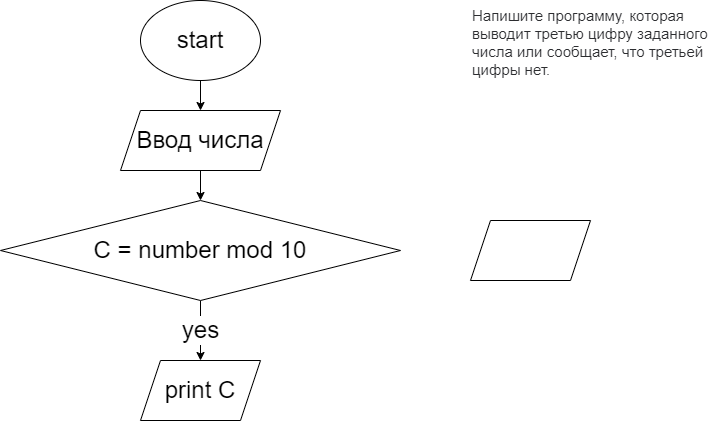
Earlier version of the draw.io export Task202/diagram.drawio.png (DmitriyMorin/HomeWork). Source tidied: cells renumbered, new cells last; positions are measured from the earlier drawing's top-left corner, leaving out a move shared by most shapes.
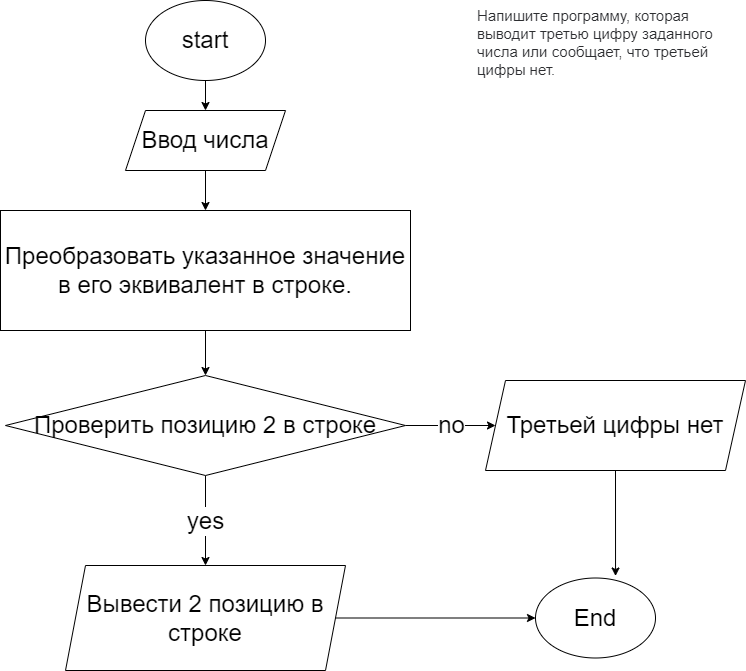
After the commit.

Commit message:
Изменения в блок-схеме202

The edit, as a diff of the source:
```diff
@@ -11,23 +11,41 @@
     <mxCell id="4" value="start" style="ellipse;whiteSpace=wrap;html=1;fontSize=24;" parent="1" vertex="1">
       <mxGeometry x="140" width="120" height="80" as="geometry" />
     </mxCell>
-    <mxCell id="5" style="edgeStyle=none;html=1;exitX=0.5;exitY=1;exitDx=0;exitDy=0;entryX=0.5;entryY=0;entryDx=0;entryDy=0;fontSize=24;" parent="1" edge="1" source="6" target="8">
-      <mxGeometry relative="1" as="geometry" />
-    </mxCell>
+    <mxCell id="11" style="edgeStyle=none;html=1;exitX=0.5;exitY=1;exitDx=0;exitDy=0;entryX=0.5;entryY=0;entryDx=0;entryDy=0;fontSize=24;" parent="1" edge="1" source="6" target="17">
+      <mxGeometry relative="1" as="geometry" />
+    </mxCell>
     <mxCell id="6" value="Ввод числа" style="shape=parallelogram;perimeter=parallelogramPerimeter;whiteSpace=wrap;html=1;fixedSize=1;fontSize=24;" parent="1" vertex="1">
       <mxGeometry x="120" y="110" width="160" height="60" as="geometry" />
     </mxCell>
     <mxCell id="7" value="yes" style="edgeStyle=none;html=1;exitX=0.5;exitY=1;exitDx=0;exitDy=0;entryX=0.5;entryY=0;entryDx=0;entryDy=0;fontSize=24;" parent="1" edge="1" source="8" target="9">
       <mxGeometry relative="1" as="geometry" />
     </mxCell>
+    <mxCell id="12" value="no" style="edgeStyle=none;html=1;exitX=1;exitY=0.5;exitDx=0;exitDy=0;entryX=0;entryY=0.5;entryDx=0;entryDy=0;fontSize=24;" parent="1" edge="1" source="8" target="10">
+      <mxGeometry relative="1" as="geometry" />
+    </mxCell>
-    <mxCell id="8" value="C = number mod 10" style="rhombus;whiteSpace=wrap;html=1;fontSize=24;" parent="1" vertex="1">
-      <mxGeometry y="200" width="400" height="100" as="geometry" />
+    <mxCell id="8" value="Проверить позицию 2 в строке" style="rhombus;whiteSpace=wrap;html=1;fontSize=24;" parent="1" vertex="1">
+      <mxGeometry y="375" width="400" height="100" as="geometry" />
     </mxCell>
+    <mxCell id="13" style="edgeStyle=none;html=1;exitX=1;exitY=0.5;exitDx=0;exitDy=0;entryX=0;entryY=0.5;entryDx=0;entryDy=0;fontSize=24;" parent="1" edge="1" source="9" target="15">
+      <mxGeometry relative="1" as="geometry" />
+    </mxCell>
-    <mxCell id="9" value="print C" style="shape=parallelogram;perimeter=parallelogramPerimeter;whiteSpace=wrap;html=1;fixedSize=1;fontSize=24;" parent="1" vertex="1">
-      <mxGeometry x="140" y="360" width="120" height="60" as="geometry" />
+    <mxCell id="9" value="Вывести 2 позицию в строке" style="shape=parallelogram;perimeter=parallelogramPerimeter;whiteSpace=wrap;html=1;fixedSize=1;fontSize=24;" parent="1" vertex="1">
+      <mxGeometry x="60" y="565" width="280" height="105" as="geometry" />
     </mxCell>
+    <mxCell id="14" style="edgeStyle=none;html=1;exitX=0.5;exitY=1;exitDx=0;exitDy=0;entryX=0.667;entryY=-0.025;entryDx=0;entryDy=0;entryPerimeter=0;fontSize=24;" parent="1" edge="1" source="10" target="15">
+      <mxGeometry relative="1" as="geometry" />
+    </mxCell>
-    <mxCell id="10" style="shape=parallelogram;perimeter=parallelogramPerimeter;whiteSpace=wrap;html=1;fixedSize=1;fontSize=24;" parent="1" vertex="1">
-      <mxGeometry x="470" y="220" width="120" height="60" as="geometry" />
+    <mxCell id="10" value="Третьей цифры нет" style="shape=parallelogram;perimeter=parallelogramPerimeter;whiteSpace=wrap;html=1;fixedSize=1;fontSize=24;" parent="1" vertex="1">
+      <mxGeometry x="480" y="380" width="260" height="90" as="geometry" />
     </mxCell>
+    <mxCell id="15" value="End" style="ellipse;whiteSpace=wrap;html=1;fontSize=24;" parent="1" vertex="1">
+      <mxGeometry x="530" y="577.5" width="120" height="80" as="geometry" />
+    </mxCell>
+    <mxCell id="16" style="edgeStyle=none;html=1;exitX=0.5;exitY=1;exitDx=0;exitDy=0;entryX=0.5;entryY=0;entryDx=0;entryDy=0;fontSize=24;" parent="1" edge="1" source="17" target="8">
+      <mxGeometry relative="1" as="geometry" />
+    </mxCell>
+    <mxCell id="17" value="Преобразовать указанное значение в его эквивалент в строке.&lt;br&gt;" style="rounded=0;whiteSpace=wrap;html=1;fontSize=24;" parent="1" vertex="1">
+      <mxGeometry x="-5" y="210" width="410" height="120" as="geometry" />
+    </mxCell>
   </root>
 </mxGraphModel>
```
